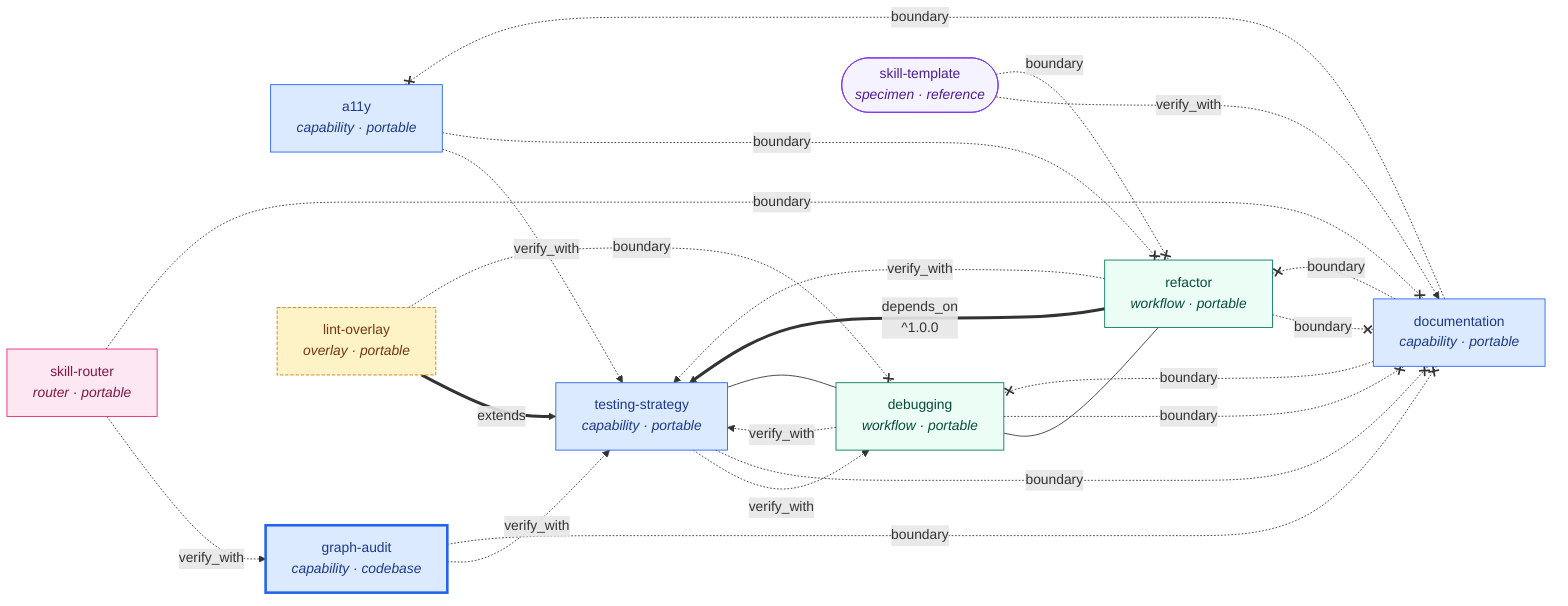
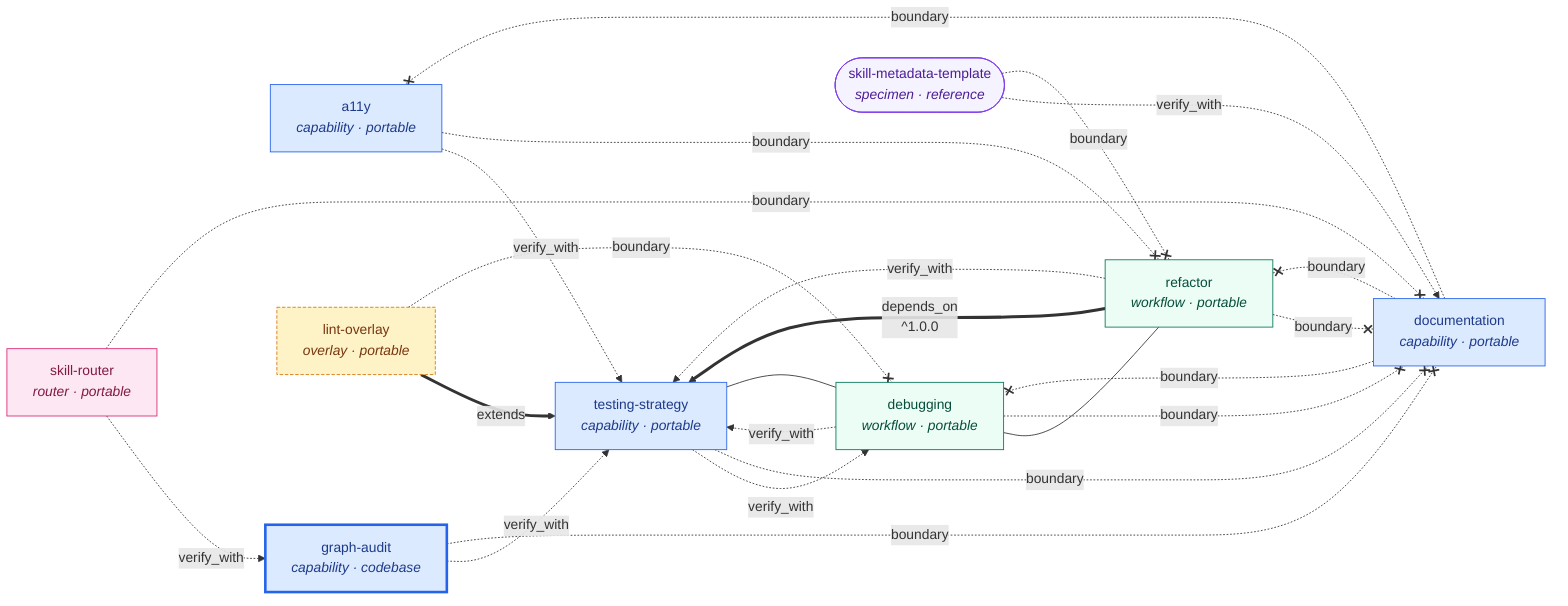
flowchart LR
  A11Y["a11y<br/><i>capability · portable</i>"]
  DBG["debugging<br/><i>workflow · portable</i>"]
  DOC["documentation<br/><i>capability · portable</i>"]
  GA["graph-audit<br/><i>capability · codebase</i>"]
  LO["lint-overlay<br/><i>overlay · portable</i>"]
  RF["refactor<br/><i>workflow · portable</i>"]
  SR["skill-router<br/><i>router · portable</i>"]
  TS["testing-strategy<br/><i>capability · portable</i>"]
-   ST(["skill-template<br/><i>specimen · reference</i>"])
+   ST(["skill-metadata-template<br/><i>specimen · reference</i>"])

  %% depends_on — thick solid, load-bearing
  RF ==>|depends_on<br/>^1.0.0| TS
  LO ==>|extends| TS

  %% verify_with — dashed, co-load for confidence
  A11Y -.->|verify_with| TS
  DBG -.->|verify_with| TS
  GA  -.->|verify_with| TS
  RF  -.->|verify_with| TS
  TS  -.->|verify_with| DBG
  SR  -.->|verify_with| GA
  ST  -.->|verify_with| DOC

  %% adjacent — thin undirected, suggested co-reading
  DBG --- TS
  DBG --- RF

  %% boundary — red, anti-ownership
  A11Y -. boundary .-x RF
  DBG  -. boundary .-x DOC
  DOC  -. boundary .-x DBG
  DOC  -. boundary .-x A11Y
  DOC  -. boundary .-x RF
  GA   -. boundary .-x DOC
  LO   -. boundary .-x DBG
  RF   -. boundary .-x DOC
  SR   -. boundary .-x DOC
  ST   -. boundary .-x RF
  TS   -. boundary .-x DOC

  classDef capability fill:#dbeafe,stroke:#2563eb,color:#1e3a8a
  classDef workflow fill:#ecfdf5,stroke:#047857,color:#064e3b
  classDef router fill:#fce7f3,stroke:#db2777,color:#831843
  classDef overlay fill:#fef3c7,stroke:#d97706,color:#78350f,stroke-dasharray:4 2
  classDef specimen fill:#f5f3ff,stroke:#7c3aed,color:#4c1d95
  classDef codebase stroke-width:3px
  class A11Y,DOC,GA,TS capability
  class DBG,RF workflow
  class SR router
  class LO overlay
  class ST specimen
  class GA codebase
